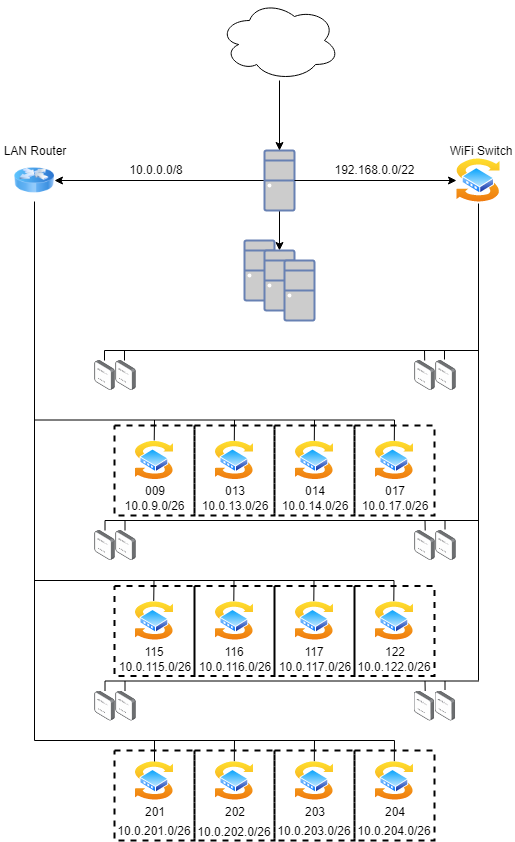
This is cwiczenia-12 exam/diagram.png from jacekku/sk-2020, a draw.io export, as it was before one commit. Source tidied: cells renumbered, new cells last; positions are measured from the earlier drawing's top-left corner, leaving out a move shared by most shapes.
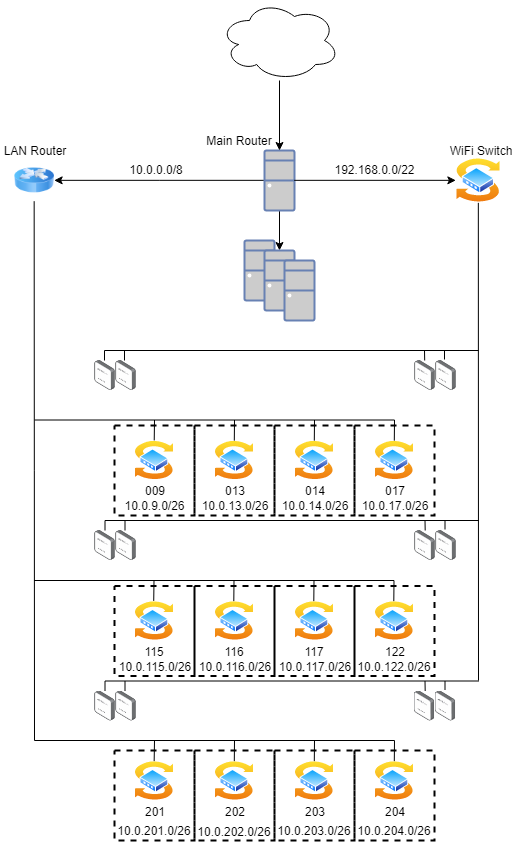
Above is the later version.

What changed in the source:
```diff
@@ -419,5 +419,8 @@
     <mxCell id="108" value="192.168.0.0/22" style="text;html=1;strokeColor=none;fillColor=none;align=center;verticalAlign=middle;whiteSpace=wrap;rounded=0;dashed=1;" parent="1" vertex="1">
       <mxGeometry x="354" y="159" width="40" height="20" as="geometry" />
     </mxCell>
+    <mxCell id="109" value="Main Router&lt;br&gt;" style="text;html=1;strokeColor=none;fillColor=none;align=center;verticalAlign=middle;whiteSpace=wrap;rounded=0;" parent="1" vertex="1">
+      <mxGeometry x="199" y="130" width="80" height="20" as="geometry" />
+    </mxCell>
   </root>
 </mxGraphModel>
```
